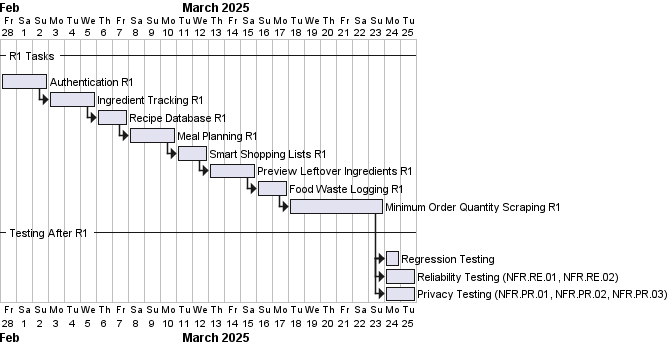
jbrun001/foodmanager keeps this PlantUML diagram as out/documentation/designandmethods/plan/planoverview/planoverview-1.png. Above is the earlier version. Its diagram source:
```plantuml
@startgantt

project starts the 2025-02-28

-- R1 Tasks --
[Authentication R1] starts at 2025-02-23 and lasts 3 days
[Ingredient Tracking R1] starts at [Authentication R1]'s end and lasts 3 days
[Recipe Database R1] starts at [Ingredient Tracking R1]'s end and lasts 2 days
[Meal Planning R1] starts at [Recipe Database R1]'s end and lasts 3 days
[Smart Shopping Lists R1] starts at [Meal Planning R1]'s end and lasts 2 days
[Preview Leftover Ingredients R1] starts at [Smart Shopping Lists R1]'s end and lasts 3 days
[Food Waste Logging R1] starts at [Preview Leftover Ingredients R1]'s end and lasts 2 days
[Minimum Order Quantity Scraping R1] starts at [Food Waste Logging R1]'s end and lasts 6 days

-- Testing After R1 --
[Regression Testing] starts at [Minimum Order Quantity Scraping R1]'s end and lasts 1 days
[Reliability Testing (NFR.RE.01, NFR.RE.02)] starts at [Regression Testing]'s start and lasts 2 days
[Privacy Testing (NFR.PR.01, NFR.PR.02, NFR.PR.03)] starts at [Regression Testing]'s start and lasts 2 days

@endgantt
```
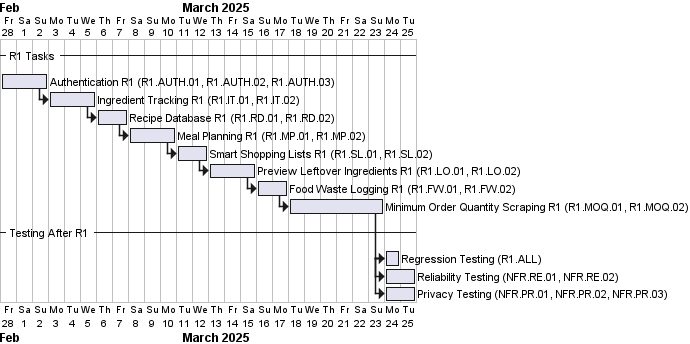
The same diagram one commit later.

The edit, as a diff of the source:
```diff
@@ -3,18 +3,18 @@
 project starts the 2025-02-28
 
 -- R1 Tasks --
-[Authentication R1] starts at 2025-02-23 and lasts 3 days
-[Ingredient Tracking R1] starts at [Authentication R1]'s end and lasts 3 days
-[Recipe Database R1] starts at [Ingredient Tracking R1]'s end and lasts 2 days
-[Meal Planning R1] starts at [Recipe Database R1]'s end and lasts 3 days
-[Smart Shopping Lists R1] starts at [Meal Planning R1]'s end and lasts 2 days
-[Preview Leftover Ingredients R1] starts at [Smart Shopping Lists R1]'s end and lasts 3 days
-[Food Waste Logging R1] starts at [Preview Leftover Ingredients R1]'s end and lasts 2 days
-[Minimum Order Quantity Scraping R1] starts at [Food Waste Logging R1]'s end and lasts 6 days
+[Authentication R1 (R1.AUTH.01, R1.AUTH.02, R1.AUTH.03)] starts at 2025-02-23 and lasts 3 days
+[Ingredient Tracking R1 (R1.IT.01, R1.IT.02)] starts at [Authentication R1 (R1.AUTH.01, R1.AUTH.02, R1.AUTH.03)]'s end and lasts 3 days
+[Recipe Database R1 (R1.RD.01, R1.RD.02)] starts at [Ingredient Tracking R1 (R1.IT.01, R1.IT.02)]'s end and lasts 2 days
+[Meal Planning R1 (R1.MP.01, R1.MP.02)] starts at [Recipe Database R1 (R1.RD.01, R1.RD.02)]'s end and lasts 3 days
+[Smart Shopping Lists R1 (R1.SL.01, R1.SL.02)] starts at [Meal Planning R1 (R1.MP.01, R1.MP.02)]'s end and lasts 2 days
+[Preview Leftover Ingredients R1 (R1.LO.01, R1.LO.02)] starts at [Smart Shopping Lists R1 (R1.SL.01, R1.SL.02)]'s end and lasts 3 days
+[Food Waste Logging R1 (R1.FW.01, R1.FW.02)] starts at [Preview Leftover Ingredients R1 (R1.LO.01, R1.LO.02)]'s end and lasts 2 days
+[Minimum Order Quantity Scraping R1 (R1.MOQ.01, R1.MOQ.02)] starts at [Food Waste Logging R1 (R1.FW.01, R1.FW.02)]'s end and lasts 6 days
 
 -- Testing After R1 --
-[Regression Testing] starts at [Minimum Order Quantity Scraping R1]'s end and lasts 1 days
-[Reliability Testing (NFR.RE.01, NFR.RE.02)] starts at [Regression Testing]'s start and lasts 2 days
-[Privacy Testing (NFR.PR.01, NFR.PR.02, NFR.PR.03)] starts at [Regression Testing]'s start and lasts 2 days
+[Regression Testing (R1.ALL)] starts at [Minimum Order Quantity Scraping R1 (R1.MOQ.01, R1.MOQ.02)]'s end and lasts 1 days
+[Reliability Testing (NFR.RE.01, NFR.RE.02)] starts at [Regression Testing (R1.ALL)]'s start and lasts 2 days
+[Privacy Testing (NFR.PR.01, NFR.PR.02, NFR.PR.03)] starts at [Regression Testing (R1.ALL)]'s start and lasts 2 days
 
 @endgantt
```
